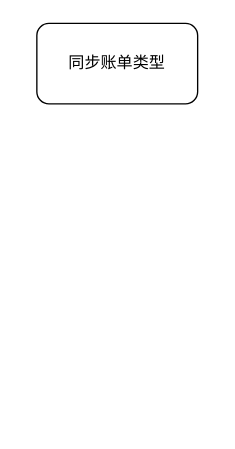
Above: page "同步账单类型" (9 of 10) of 阿里云交易.drawio in mashifei/uml (draw.io), before the change. Source tidied: cells renumbered, new cells numbered last; positions are measured from the earlier drawing's top-left corner, leaving out a move shared by most shapes. Both pictures are drawn from the tidied source at 134%, with x=0, y=0 at pixel (36, 23).
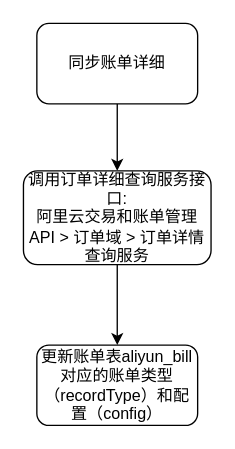
Above is the later version.

Change to the diagram source:
```diff
@@
 <mxGraphModel>
   <root>
     <mxCell id="0" />
     <mxCell id="1" parent="0" />
+    <mxCell id="3" style="edgeStyle=orthogonalEdgeStyle;rounded=0;jettySize=auto;html=1;entryX=0.5;entryY=0;entryDx=0;entryDy=0;" parent="1" edge="1" source="2" target="5">
+      <mxGeometry relative="1" as="geometry" />
+    </mxCell>
-    <mxCell id="2" value="同步账单类型" style="rounded=1;whiteSpace=wrap;html=1;" parent="1" vertex="1">
+    <mxCell id="2" value="同步账单详细" style="rounded=1;whiteSpace=wrap;html=1;" parent="1" vertex="1">
       <mxGeometry width="120" height="60" as="geometry" />
     </mxCell>
+    <mxCell id="4" style="edgeStyle=orthogonalEdgeStyle;rounded=0;jettySize=auto;html=1;entryX=0.5;entryY=0;entryDx=0;entryDy=0;" parent="1" edge="1" source="5" target="6">
+      <mxGeometry relative="1" as="geometry" />
+    </mxCell>
+    <mxCell id="5" value="调用订单详细查询服务接口:&lt;br&gt;阿里云交易和账单管理API &amp;gt; 订单域 &amp;gt; 订单详情查询服务" style="rounded=1;whiteSpace=wrap;html=1;" parent="1" vertex="1">
+      <mxGeometry x="-10" y="110" width="140" height="70" as="geometry" />
+    </mxCell>
+    <mxCell id="6" value="更新账单表aliyun_bill对应的账单类型（recordType）和配置（config）" style="rounded=1;whiteSpace=wrap;html=1;" parent="1" vertex="1">
+      <mxGeometry y="240" width="120" height="60" as="geometry" />
+    </mxCell>
   </root>
 </mxGraphModel>
```
